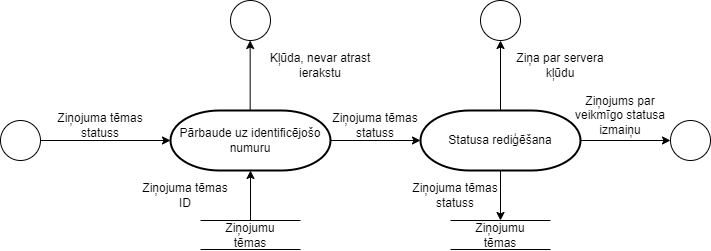
Before: documentation/atteli/12. att. Ziņojumu tēmu statusu rediģēšanas datu plūsmu diagramma.png, a diagram exported from draw.io (rvt-prog-kval-24/DP41-Konstant-nsKotovi-s-T-mek-aLietotneAutoma-nuMekl-anaiUnP-rdo-anaiTie-saist-). Source tidied: cells renumbered, new cells last; positions are measured from the earlier drawing's top-left corner, leaving out a move shared by most shapes. Source of this version:
```xml
<mxGraphModel background="#ffffff">
  <root>
    <mxCell id="0" />
    <mxCell id="1" parent="0" />
    <mxCell id="2" style="ellipse;whiteSpace=wrap;html=1;" parent="1" vertex="1">
      <mxGeometry y="120" width="40" height="40" as="geometry" />
    </mxCell>
    <mxCell id="3" style="endArrow=classic;html=1;rounded=0;entryX=0;entryY=0.5;entryDx=0;entryDy=0;entryPerimeter=0;" parent="1" edge="1" target="23">
      <mxGeometry relative="1" as="geometry">
        <mxPoint x="40" y="140" as="sourcePoint" />
      </mxGeometry>
    </mxCell>
    <mxCell id="4" value="Ziņojuma tēmas statuss" style="text;html=1;strokeColor=none;fillColor=none;align=center;verticalAlign=middle;whiteSpace=wrap;rounded=0;" parent="1" vertex="1">
      <mxGeometry x="55" y="110" width="90" height="30" as="geometry" />
    </mxCell>
    <mxCell id="5" style="edgeStyle=orthogonalEdgeStyle;rounded=0;orthogonalLoop=1;jettySize=auto;html=1;entryX=0;entryY=0.5;entryDx=0;entryDy=0;entryPerimeter=0;" parent="1" edge="1">
      <mxGeometry relative="1" as="geometry">
        <mxPoint x="580" y="140" as="sourcePoint" />
        <mxPoint x="670" y="140" as="targetPoint" />
      </mxGeometry>
    </mxCell>
    <mxCell id="6" value="Kļūda, nevar atrast ierakstu" style="text;html=1;strokeColor=none;fillColor=none;align=center;verticalAlign=middle;whiteSpace=wrap;rounded=0;" parent="1" vertex="1">
      <mxGeometry x="260" y="50" width="120" height="30" as="geometry" />
    </mxCell>
    <mxCell id="7" style="ellipse;whiteSpace=wrap;html=1;" parent="1" vertex="1">
      <mxGeometry x="670" y="120" width="40" height="40" as="geometry" />
    </mxCell>
    <mxCell id="8" style="endArrow=none;html=1;rounded=0;" parent="1" edge="1">
      <mxGeometry relative="1" as="geometry">
        <mxPoint x="200" y="220" as="sourcePoint" />
        <mxPoint x="300" y="220" as="targetPoint" />
      </mxGeometry>
    </mxCell>
    <mxCell id="9" style="endArrow=none;html=1;rounded=0;" parent="1" edge="1">
      <mxGeometry relative="1" as="geometry">
        <mxPoint x="200" y="249" as="sourcePoint" />
        <mxPoint x="300" y="249" as="targetPoint" />
      </mxGeometry>
    </mxCell>
    <mxCell id="10" style="endArrow=classic;html=1;rounded=0;entryX=0.5;entryY=1;entryDx=0;entryDy=0;entryPerimeter=0;exitX=0.5;exitY=0;exitDx=0;exitDy=0;" parent="1" edge="1" source="11" target="23">
      <mxGeometry relative="1" as="geometry" />
    </mxCell>
    <mxCell id="11" value="Ziņojumu tēmas" style="text;html=1;strokeColor=none;fillColor=none;align=center;verticalAlign=middle;whiteSpace=wrap;rounded=0;" parent="1" vertex="1">
      <mxGeometry x="220" y="220" width="60" height="30" as="geometry" />
    </mxCell>
    <mxCell id="12" value="Ziņojuma tēmas ID" style="text;html=1;strokeColor=none;fillColor=none;align=center;verticalAlign=middle;whiteSpace=wrap;rounded=0;" parent="1" vertex="1">
      <mxGeometry x="140" y="180" width="90" height="30" as="geometry" />
    </mxCell>
    <mxCell id="13" style="edgeStyle=orthogonalEdgeStyle;rounded=0;jettySize=auto;html=1;entryX=0.5;entryY=0;entryDx=0;entryDy=0;" parent="1" edge="1" source="14" target="20">
      <mxGeometry relative="1" as="geometry" />
    </mxCell>
    <mxCell id="14" value="Statusa rediģēšana" style="strokeWidth=2;html=1;shape=mxgraph.flowchart.terminator;whiteSpace=wrap;" parent="1" vertex="1">
      <mxGeometry x="420" y="110" width="160" height="60" as="geometry" />
    </mxCell>
    <mxCell id="15" style="edgeStyle=orthogonalEdgeStyle;rounded=0;orthogonalLoop=1;jettySize=auto;html=1;exitX=0.5;exitY=0;exitDx=0;exitDy=0;exitPerimeter=0;" parent="1" edge="1">
      <mxGeometry relative="1" as="geometry">
        <mxPoint x="500" y="110" as="sourcePoint" />
        <mxPoint x="500" y="40" as="targetPoint" />
      </mxGeometry>
    </mxCell>
    <mxCell id="16" value="Ziņa par servera kļūdu" style="text;html=1;strokeColor=none;fillColor=none;align=center;verticalAlign=middle;whiteSpace=wrap;rounded=0;" parent="1" vertex="1">
      <mxGeometry x="500" y="50" width="120" height="30" as="geometry" />
    </mxCell>
    <mxCell id="17" style="ellipse;whiteSpace=wrap;html=1;" parent="1" vertex="1">
      <mxGeometry x="480" width="40" height="40" as="geometry" />
    </mxCell>
    <mxCell id="18" style="endArrow=none;html=1;rounded=0;" parent="1" edge="1">
      <mxGeometry relative="1" as="geometry">
        <mxPoint x="450" y="220" as="sourcePoint" />
        <mxPoint x="550" y="220" as="targetPoint" />
      </mxGeometry>
    </mxCell>
    <mxCell id="19" style="endArrow=none;html=1;rounded=0;" parent="1" edge="1">
      <mxGeometry relative="1" as="geometry">
        <mxPoint x="450" y="249" as="sourcePoint" />
        <mxPoint x="550" y="249" as="targetPoint" />
      </mxGeometry>
    </mxCell>
    <mxCell id="20" value="Ziņojumu tēmas" style="text;html=1;strokeColor=none;fillColor=none;align=center;verticalAlign=middle;whiteSpace=wrap;rounded=0;" parent="1" vertex="1">
      <mxGeometry x="470" y="220" width="60" height="30" as="geometry" />
    </mxCell>
    <mxCell id="21" value="Ziņojuma tēmas statuss" style="text;html=1;strokeColor=none;fillColor=none;align=center;verticalAlign=middle;whiteSpace=wrap;rounded=0;" parent="1" vertex="1">
      <mxGeometry x="410" y="180" width="90" height="30" as="geometry" />
    </mxCell>
    <mxCell id="22" value="Ziņojums par veikmīgo statusa izmaiņu" style="text;html=1;strokeColor=none;fillColor=none;align=center;verticalAlign=middle;whiteSpace=wrap;rounded=0;" parent="1" vertex="1">
      <mxGeometry x="560" y="100" width="120" height="30" as="geometry" />
    </mxCell>
    <mxCell id="23" value="Pārbaude uz identificējošo numuru" style="strokeWidth=2;html=1;shape=mxgraph.flowchart.terminator;whiteSpace=wrap;" parent="1" vertex="1">
      <mxGeometry x="170" y="110" width="160" height="60" as="geometry" />
    </mxCell>
    <mxCell id="24" style="edgeStyle=orthogonalEdgeStyle;rounded=0;jettySize=auto;html=1;entryX=0;entryY=0.5;entryDx=0;entryDy=0;entryPerimeter=0;" parent="1" edge="1" source="23" target="14">
      <mxGeometry relative="1" as="geometry" />
    </mxCell>
    <mxCell id="25" style="edgeStyle=orthogonalEdgeStyle;rounded=0;orthogonalLoop=1;jettySize=auto;html=1;exitX=0.5;exitY=0;exitDx=0;exitDy=0;exitPerimeter=0;" parent="1" edge="1">
      <mxGeometry relative="1" as="geometry">
        <mxPoint x="249.7" y="110" as="sourcePoint" />
        <mxPoint x="249.7" y="40" as="targetPoint" />
      </mxGeometry>
    </mxCell>
    <mxCell id="26" style="ellipse;whiteSpace=wrap;html=1;" parent="1" vertex="1">
      <mxGeometry x="230" width="40" height="40" as="geometry" />
    </mxCell>
    <mxCell id="27" value="Ziņojuma tēmas statuss" style="text;html=1;strokeColor=none;fillColor=none;align=center;verticalAlign=middle;whiteSpace=wrap;rounded=0;" parent="1" vertex="1">
      <mxGeometry x="330" y="110" width="90" height="30" as="geometry" />
    </mxCell>
  </root>
</mxGraphModel>
```
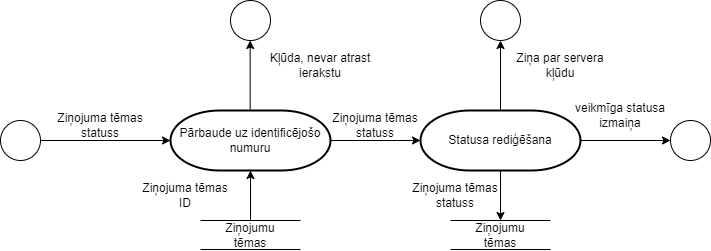
Above is the later version.

Change to the diagram source:
```diff
@@ -82,7 +82,7 @@
     <mxCell id="21" value="Ziņojuma tēmas statuss" style="text;html=1;strokeColor=none;fillColor=none;align=center;verticalAlign=middle;whiteSpace=wrap;rounded=0;" parent="1" vertex="1">
       <mxGeometry x="410" y="180" width="90" height="30" as="geometry" />
     </mxCell>
-    <mxCell id="22" value="Ziņojums par veikmīgo statusa izmaiņu" style="text;html=1;strokeColor=none;fillColor=none;align=center;verticalAlign=middle;whiteSpace=wrap;rounded=0;" parent="1" vertex="1">
+    <mxCell id="22" value="veikmīga statusa izmaiņa" style="text;html=1;strokeColor=none;fillColor=none;align=center;verticalAlign=middle;whiteSpace=wrap;rounded=0;" parent="1" vertex="1">
       <mxGeometry x="560" y="100" width="120" height="30" as="geometry" />
     </mxCell>
     <mxCell id="23" value="Pārbaude uz identificējošo numuru" style="strokeWidth=2;html=1;shape=mxgraph.flowchart.terminator;whiteSpace=wrap;" parent="1" vertex="1">
```
